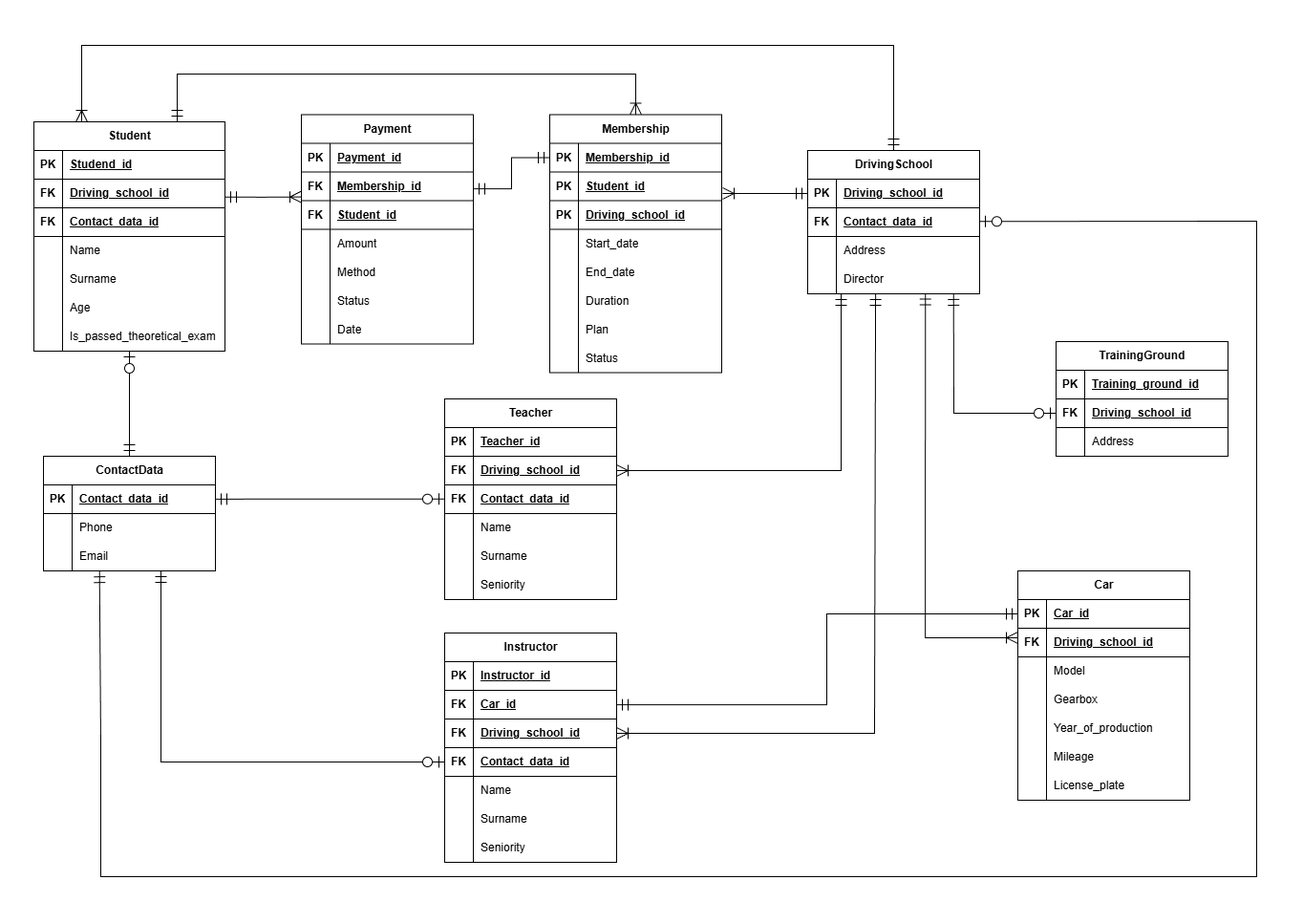
Before: Lab 1/ER diagram.png, a diagram exported from draw.io (KyryloBB/Databases). Source tidied: cells renumbered, new cells last; positions are measured from the earlier drawing's top-left corner, leaving out a move shared by most shapes.
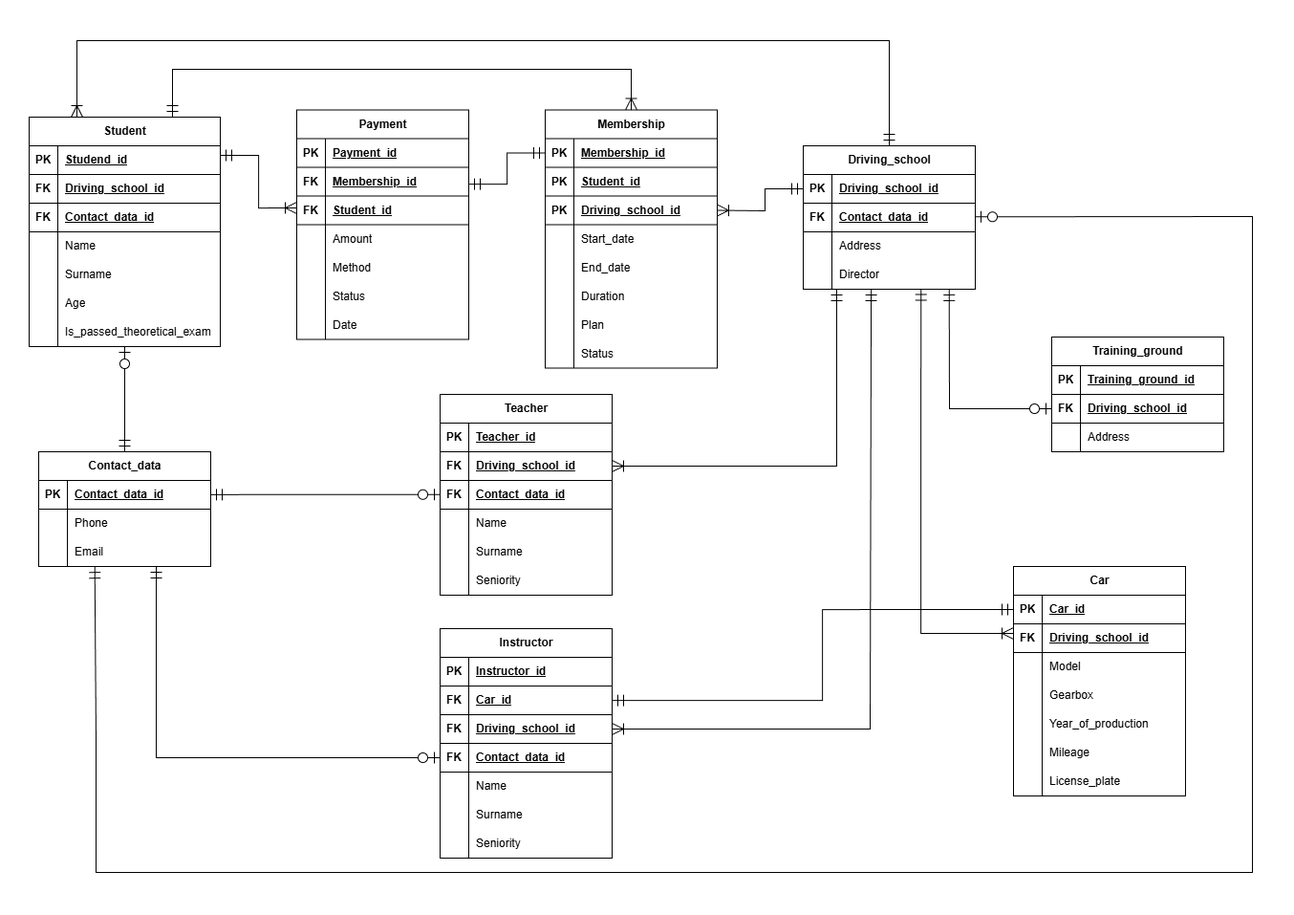
The same diagram one commit later.

Commit message:
edited names of some tables

Diff of the diagram source:
```diff
@@ -2,10 +2,14 @@
   <root>
     <mxCell id="0" />
     <mxCell id="1" parent="0" />
-    <mxCell id="2" style="edgeStyle=orthogonalEdgeStyle;rounded=0;orthogonalLoop=1;jettySize=auto;html=1;exitX=1;exitY=0.25;exitDx=0;exitDy=0;entryX=0;entryY=0.159;entryDx=0;entryDy=0;entryPerimeter=0;endArrow=ERoneToMany;endFill=0;endSize=10;startArrow=ERmandOne;startFill=0;startSize=10;" parent="1" edge="1">
+    <mxCell id="2" style="edgeStyle=orthogonalEdgeStyle;rounded=0;orthogonalLoop=1;jettySize=auto;html=1;exitX=1;exitY=0.5;exitDx=0;exitDy=0;entryX=0;entryY=0.159;entryDx=0;entryDy=0;entryPerimeter=0;endArrow=ERoneToMany;endFill=0;endSize=10;startArrow=ERmandOne;startFill=0;startSize=10;" parent="1" edge="1">
       <mxGeometry relative="1" as="geometry">
-        <mxPoint x="200" y="158.8" as="sourcePoint" />
-        <mxPoint x="280" y="158.6" as="targetPoint" />
+        <mxPoint x="200" y="120" as="sourcePoint" />
+        <mxPoint x="280" y="175" as="targetPoint" />
+        <Array as="points">
+          <mxPoint x="240" y="120" />
+          <mxPoint x="240" y="175" />
+        </Array>
       </mxGeometry>
     </mxCell>
     <mxCell id="3" value="Student" style="shape=table;startSize=30;rowLines=0;fontStyle=1;align=center;html=1;" parent="1" vertex="1">
@@ -74,7 +78,7 @@
     <mxCell id="24" value="Is_passed_theoretical_exam" style="shape=partialRectangle;fillColor=none;top=0;left=0;bottom=0;right=0;align=left;spacingLeft=6;overflow=hidden;whiteSpace=wrap;html=1;" parent="22" vertex="1">
       <mxGeometry x="30" width="170" height="30" as="geometry" />
     </mxCell>
-    <mxCell id="25" value="DrivingSchool" style="shape=table;startSize=30;rowLines=0;fontStyle=1;align=center;html=1;" parent="1" vertex="1">
+    <mxCell id="25" value="Driving_school" style="shape=table;startSize=30;rowLines=0;fontStyle=1;align=center;html=1;" parent="1" vertex="1">
       <mxGeometry x="810" y="110" width="180" height="150" as="geometry" />
     </mxCell>
     <mxCell id="26" style="shape=tableRow;horizontal=0;startSize=0;swimlaneHead=0;swimlaneBody=0;fillColor=none;points=[[0,0.5],[1,0.5]];portConstraint=eastwest;top=0;left=0;right=0;bottom=1;" parent="25" vertex="1">
@@ -254,7 +258,7 @@
     <mxCell id="84" value="Status" style="shape=partialRectangle;fillColor=none;top=0;left=0;bottom=0;right=0;align=left;spacingLeft=6;overflow=hidden;whiteSpace=wrap;html=1;" parent="82" vertex="1">
       <mxGeometry x="30" width="150" height="30" as="geometry" />
     </mxCell>
-    <mxCell id="85" value="ContactData" style="shape=table;startSize=30;rowLines=0;fontStyle=1;align=center;html=1;" parent="1" vertex="1">
+    <mxCell id="85" value="Contact_data" style="shape=table;startSize=30;rowLines=0;fontStyle=1;align=center;html=1;" parent="1" vertex="1">
       <mxGeometry x="10" y="430" width="180" height="120" as="geometry" />
     </mxCell>
     <mxCell id="86" style="shape=tableRow;horizontal=0;startSize=0;swimlaneHead=0;swimlaneBody=0;fillColor=none;top=0;left=0;right=0;bottom=1;" parent="85" vertex="1">
@@ -407,7 +411,7 @@
     <mxCell id="135" value="Seniority" style="shape=partialRectangle;fillColor=none;top=0;left=0;bottom=0;right=0;align=left;spacingLeft=6;overflow=hidden;whiteSpace=wrap;html=1;" parent="133" vertex="1">
       <mxGeometry x="30" width="150" height="30" as="geometry" />
     </mxCell>
-    <mxCell id="136" value="TrainingGround" style="shape=table;startSize=30;rowLines=0;fontStyle=1;align=center;html=1;" parent="1" vertex="1">
+    <mxCell id="136" value="Training_ground" style="shape=table;startSize=30;rowLines=0;fontStyle=1;align=center;html=1;" parent="1" vertex="1">
       <mxGeometry x="1070" y="310" width="180" height="120" as="geometry" />
     </mxCell>
     <mxCell id="137" style="shape=tableRow;horizontal=0;startSize=0;swimlaneHead=0;swimlaneBody=0;fillColor=none;top=0;left=0;right=0;bottom=1;" parent="136" vertex="1">
@@ -530,43 +534,14 @@
         <mxPoint x="100" y="320" as="targetPoint" />
       </mxGeometry>
     </mxCell>
-    <mxCell id="172" style="endArrow=ERmandOne;html=1;rounded=0;startArrow=ERoneToMany;startFill=0;startSize=10;endFill=0;endSize=10;entryX=0.184;entryY=0.983;entryDx=0;entryDy=0;entryPerimeter=0;exitX=1.002;exitY=0.977;exitDx=0;exitDy=0;exitPerimeter=0;" parent="1" edge="1" source="x">
-      <mxGeometry relative="1" as="geometry">
-        <mxPoint x="833.1" y="259.5" as="targetPoint" />
-        <Array as="points">
-          <mxPoint x="833" y="520" />
-        </Array>
-      </mxGeometry>
-    </mxCell>
-    <mxCell id="173" style="endArrow=ERmandOne;html=1;rounded=0;endFill=0;endSize=10;startArrow=ERmandOne;startFill=0;startSize=10;exitX=0.998;exitY=0.394;exitDx=0;exitDy=0;exitPerimeter=0;" parent="1" edge="1" source="x">
-      <mxGeometry relative="1" as="geometry">
-        <mxPoint x="540" y="174" as="targetPoint" />
-      </mxGeometry>
-    </mxCell>
-    <mxCell id="174" style="endArrow=ERmandOne;html=1;rounded=0;entryX=0;entryY=0.5;entryDx=0;entryDy=0;endFill=0;endSize=10;startArrow=ERoneToMany;startFill=0;startSize=10;" parent="1" edge="1" target="26">
+    <mxCell id="174" style="endArrow=ERmandOne;html=1;rounded=0;entryX=0;entryY=0.5;entryDx=0;entryDy=0;endFill=0;endSize=10;startArrow=ERoneToMany;startFill=0;startSize=10;exitX=1;exitY=0.5;exitDx=0;exitDy=0;" parent="1" edge="1" source="67" target="26">
       <mxGeometry relative="1" as="geometry">
-        <mxPoint x="721" y="155" as="sourcePoint" />
+        <Array as="points">
+          <mxPoint x="770" y="178" />
+          <mxPoint x="770" y="155" />
+        </Array>
       </mxGeometry>
     </mxCell>
-    <mxCell id="175" style="endArrow=ERmandOne;html=1;rounded=0;exitX=1.002;exitY=0.287;exitDx=0;exitDy=0;exitPerimeter=0;entryX=-0.003;entryY=0.005;entryDx=0;entryDy=0;entryPerimeter=0;endFill=0;endSize=10;startArrow=ERmandOne;startFill=0;startSize=10;" parent="1" edge="1" source="x" target="x">
-      <mxGeometry relative="1" as="geometry">
-        <Array as="points">
-          <mxPoint x="900" y="804" />
-          <mxPoint x="900" y="730" />
-        </Array>
-      </mxGeometry>
-    </mxCell>
-    <mxCell id="176" style="endArrow=ERmandOne;html=1;rounded=0;exitX=1;exitY=0.5;exitDx=0;exitDy=0;endFill=0;endSize=10;startArrow=ERmandOne;startFill=0;startSize=10;" parent="1" edge="1" source="x">
-      <mxGeometry relative="1" as="geometry">
-        <mxPoint x="60" y="530" as="targetPoint" />
-        <Array as="points">
-          <mxPoint x="1290" y="185" />
-          <mxPoint x="1290" y="870" />
-          <mxPoint x="650" y="870" />
-          <mxPoint x="60" y="870" />
-        </Array>
-      </mxGeometry>
-    </mxCell>
     <mxCell id="177" style="endArrow=ERmandOne;html=1;rounded=0;exitX=1;exitY=0.5;exitDx=0;exitDy=0;exitPerimeter=0;endFill=0;jumpSize=10;startArrow=ERoneToMany;startFill=0;startSize=10;endSize=10;" parent="1" edge="1" source="121">
       <mxGeometry relative="1" as="geometry">
         <mxPoint x="881.1" y="260" as="targetPoint" />
```
